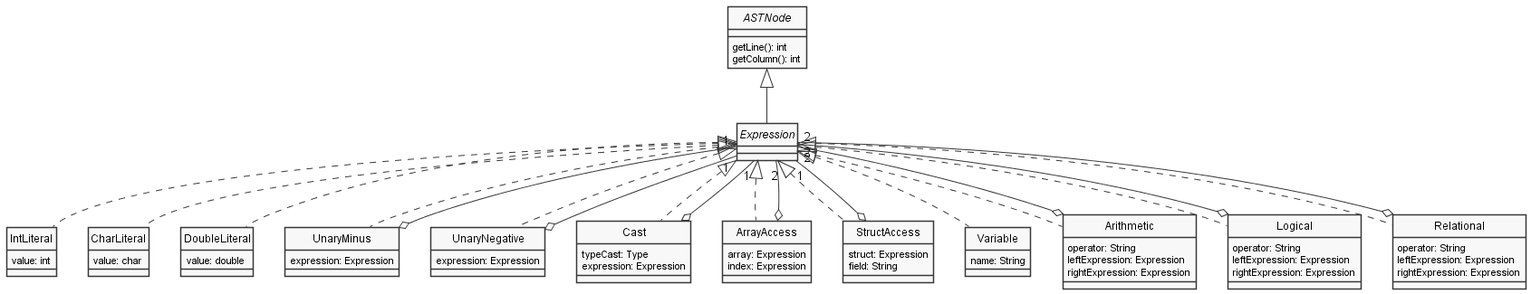
Above: docs/diagrams/Expressions.png in Diecaal/Elixir-Compiler (PlantUML), before the change.
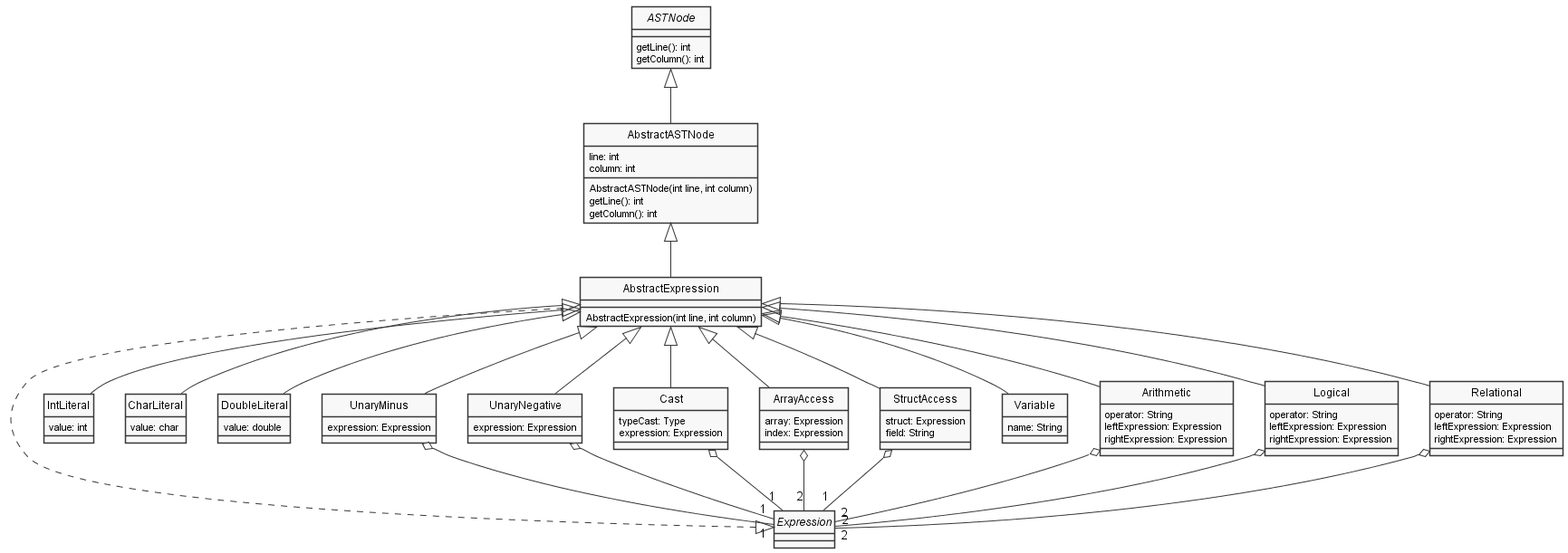
Above is the later version.

Commit message:
Abstract Expression

The edit, as a diff of the source:
```diff
@@ -8,7 +8,21 @@
     getColumn(): int
 }
 
-interface Expression
+class AbstractASTNode {
+    AbstractASTNode(int line, int column)
+    getLine(): int
+    getColumn(): int
+    line: int
+    column: int
+}
+
+interface Expression {
+
+}
+
+class AbstractExpression {
+    AbstractExpression(int line, int column)
+}
 
 class IntLiteral {
     value: int
@@ -66,20 +80,25 @@
     leftExpression: Expression
     rightExpression: Expression
 }
-ASTNode <|-- Expression
 
-Expression <|.. IntLiteral
-Expression <|.. CharLiteral
-Expression <|.. DoubleLiteral
-Expression <|.. UnaryMinus
-Expression <|.. UnaryNegative
-Expression <|.. Cast
-Expression <|.. Arithmetic
-Expression <|.. ArrayAccess
-Expression <|.. StructAccess
-Expression <|.. Relational
-Expression <|.. Variable
-Expression <|.. Logical
+ASTNode <|-- AbstractASTNode
+
+AbstractASTNode <|-- AbstractExpression
+
+Expression <|.. AbstractExpression
+
+AbstractExpression <|-- IntLiteral
+AbstractExpression <|-- CharLiteral
+AbstractExpression <|-- DoubleLiteral
+AbstractExpression <|-- UnaryMinus
+AbstractExpression <|-- UnaryNegative
+AbstractExpression <|-- Cast
+AbstractExpression <|-- Arithmetic
+AbstractExpression <|-- ArrayAccess
+AbstractExpression <|-- StructAccess
+AbstractExpression <|-- Relational
+AbstractExpression <|-- Variable
+AbstractExpression <|-- Logical
 
 UnaryMinus o-- "1" Expression
 UnaryNegative o-- "1" Expression
```
